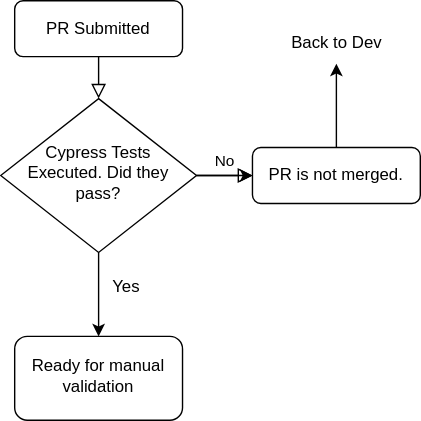
Before: public/assets/capoPR.svg, a diagram exported from draw.io (Capocaccia/carterCapo). Source tidied: cells renumbered, new cells last; positions are measured from the earlier drawing's top-left corner, leaving out a move shared by most shapes. The source it was exported from:
```xml
<mxGraphModel>
  <root>
    <mxCell id="0" />
    <mxCell id="1" parent="0" />
    <mxCell id="2" style="rounded=0;html=1;jettySize=auto;fontSize=11;endArrow=block;endFill=0;endSize=8;strokeWidth=1;shadow=0;labelBackgroundColor=none;edgeStyle=orthogonalEdgeStyle;" parent="1" edge="1" source="3" target="7">
      <mxGeometry relative="1" as="geometry" />
    </mxCell>
    <mxCell id="3" value="PR Submitted" style="rounded=1;whiteSpace=wrap;html=1;fontSize=12;glass=0;strokeWidth=1;shadow=0;" parent="1" vertex="1">
      <mxGeometry x="10" width="120" height="40" as="geometry" />
    </mxCell>
    <mxCell id="4" value="No" style="edgeStyle=orthogonalEdgeStyle;rounded=0;html=1;jettySize=auto;fontSize=11;endArrow=block;endFill=0;endSize=8;strokeWidth=1;shadow=0;labelBackgroundColor=none;" parent="1" edge="1" source="7" target="9">
      <mxGeometry y="10" relative="1" as="geometry" />
    </mxCell>
    <mxCell id="5" style="edgeStyle=orthogonalEdgeStyle;rounded=0;jettySize=auto;html=1;" parent="1" edge="1" source="7" target="9">
      <mxGeometry relative="1" as="geometry" />
    </mxCell>
    <mxCell id="6" style="edgeStyle=orthogonalEdgeStyle;rounded=0;jettySize=auto;html=1;" parent="1" edge="1" source="7" target="11">
      <mxGeometry relative="1" as="geometry" />
    </mxCell>
    <mxCell id="7" value="Cypress Tests Executed. Did they pass?" style="rhombus;whiteSpace=wrap;html=1;shadow=0;fontFamily=Helvetica;fontSize=12;align=center;strokeWidth=1;spacing=6;spacingTop=-4;" parent="1" vertex="1">
      <mxGeometry y="70" width="140" height="110" as="geometry" />
    </mxCell>
    <mxCell id="8" style="edgeStyle=orthogonalEdgeStyle;rounded=0;jettySize=auto;html=1;" parent="1" edge="1" source="9">
      <mxGeometry relative="1" as="geometry">
        <mxPoint x="240" y="45" as="targetPoint" />
      </mxGeometry>
    </mxCell>
    <mxCell id="9" value="PR is not merged." style="rounded=1;whiteSpace=wrap;html=1;fontSize=12;glass=0;strokeWidth=1;shadow=0;" parent="1" vertex="1">
      <mxGeometry x="180" y="105" width="120" height="40" as="geometry" />
    </mxCell>
    <mxCell id="10" value="Back to Dev" style="text;html=1;align=center;verticalAlign=middle;points=[];strokeColor=none;fillColor=none;" parent="1" vertex="1">
      <mxGeometry x="200" y="20" width="80" height="20" as="geometry" />
    </mxCell>
    <mxCell id="11" value="Ready for manual validation" style="rounded=1;whiteSpace=wrap;html=1;shadow=0;strokeWidth=1;spacing=6;spacingTop=-4;" parent="1" vertex="1">
      <mxGeometry x="10" y="240" width="120" height="60" as="geometry" />
    </mxCell>
    <mxCell id="12" value="Yes" style="text;html=1;strokeColor=none;fillColor=none;align=center;verticalAlign=middle;whiteSpace=wrap;rounded=0;" parent="1" vertex="1">
      <mxGeometry x="60" y="190" width="60" height="30" as="geometry" />
    </mxCell>
  </root>
</mxGraphModel>
```
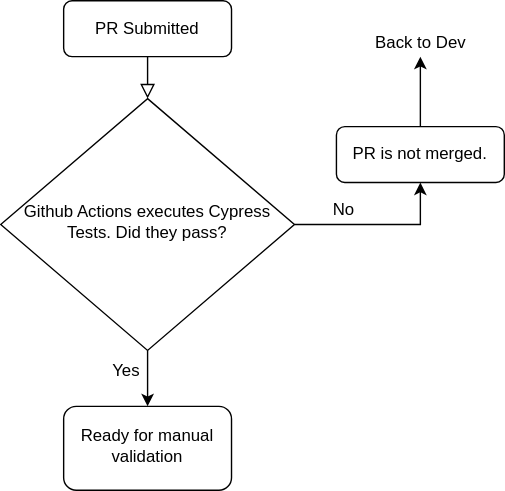
After the change.

Change to the diagram source:
```diff
@@ -6,36 +6,34 @@
       <mxGeometry relative="1" as="geometry" />
     </mxCell>
     <mxCell id="3" value="PR Submitted" style="rounded=1;whiteSpace=wrap;html=1;fontSize=12;glass=0;strokeWidth=1;shadow=0;" parent="1" vertex="1">
-      <mxGeometry x="10" width="120" height="40" as="geometry" />
+      <mxGeometry x="-5" width="120" height="40" as="geometry" />
     </mxCell>
-    <mxCell id="4" value="No" style="edgeStyle=orthogonalEdgeStyle;rounded=0;html=1;jettySize=auto;fontSize=11;endArrow=block;endFill=0;endSize=8;strokeWidth=1;shadow=0;labelBackgroundColor=none;" parent="1" edge="1" source="7" target="9">
-      <mxGeometry y="10" relative="1" as="geometry" />
-    </mxCell>
-    <mxCell id="5" style="edgeStyle=orthogonalEdgeStyle;rounded=0;jettySize=auto;html=1;" parent="1" edge="1" source="7" target="9">
+    <mxCell id="5" style="edgeStyle=orthogonalEdgeStyle;rounded=0;jettySize=auto;html=1;entryX=0.5;entryY=1;entryDx=0;entryDy=0;" parent="1" edge="1" source="7" target="9">
       <mxGeometry relative="1" as="geometry" />
     </mxCell>
     <mxCell id="6" style="edgeStyle=orthogonalEdgeStyle;rounded=0;jettySize=auto;html=1;" parent="1" edge="1" source="7" target="11">
       <mxGeometry relative="1" as="geometry" />
     </mxCell>
-    <mxCell id="7" value="Cypress Tests Executed. Did they pass?" style="rhombus;whiteSpace=wrap;html=1;shadow=0;fontFamily=Helvetica;fontSize=12;align=center;strokeWidth=1;spacing=6;spacingTop=-4;" parent="1" vertex="1">
-      <mxGeometry y="70" width="140" height="110" as="geometry" />
+    <mxCell id="7" value="Github Actions executes Cypress Tests. Did they pass?" style="rhombus;whiteSpace=wrap;html=1;shadow=0;fontFamily=Helvetica;fontSize=12;align=center;strokeWidth=1;spacing=6;spacingTop=-4;" parent="1" vertex="1">
+      <mxGeometry x="-50" y="70" width="210" height="180" as="geometry" />
     </mxCell>
-    <mxCell id="8" style="edgeStyle=orthogonalEdgeStyle;rounded=0;jettySize=auto;html=1;" parent="1" edge="1" source="9">
-      <mxGeometry relative="1" as="geometry">
-        <mxPoint x="240" y="45" as="targetPoint" />
-      </mxGeometry>
-    </mxCell>
+    <mxCell id="13" style="edgeStyle=orthogonalEdgeStyle;rounded=0;jettySize=auto;html=1;fontSize=12;" parent="1" edge="1" source="9" target="10">
+      <mxGeometry relative="1" as="geometry" />
+    </mxCell>
     <mxCell id="9" value="PR is not merged." style="rounded=1;whiteSpace=wrap;html=1;fontSize=12;glass=0;strokeWidth=1;shadow=0;" parent="1" vertex="1">
-      <mxGeometry x="180" y="105" width="120" height="40" as="geometry" />
+      <mxGeometry x="190" y="90" width="120" height="40" as="geometry" />
     </mxCell>
     <mxCell id="10" value="Back to Dev" style="text;html=1;align=center;verticalAlign=middle;points=[];strokeColor=none;fillColor=none;" parent="1" vertex="1">
-      <mxGeometry x="200" y="20" width="80" height="20" as="geometry" />
+      <mxGeometry x="210" y="20" width="80" height="20" as="geometry" />
     </mxCell>
     <mxCell id="11" value="Ready for manual validation" style="rounded=1;whiteSpace=wrap;html=1;shadow=0;strokeWidth=1;spacing=6;spacingTop=-4;" parent="1" vertex="1">
-      <mxGeometry x="10" y="240" width="120" height="60" as="geometry" />
+      <mxGeometry x="-5" y="290" width="120" height="60" as="geometry" />
     </mxCell>
     <mxCell id="12" value="Yes" style="text;html=1;strokeColor=none;fillColor=none;align=center;verticalAlign=middle;whiteSpace=wrap;rounded=0;" parent="1" vertex="1">
-      <mxGeometry x="60" y="190" width="60" height="30" as="geometry" />
+      <mxGeometry x="10" y="250" width="60" height="30" as="geometry" />
     </mxCell>
+    <mxCell id="4" value="No" style="text;html=1;align=center;verticalAlign=middle;strokeColor=none;fillColor=none;fontSize=12;" parent="1" vertex="1">
+      <mxGeometry x="180" y="140" width="30" height="20" as="geometry" />
+    </mxCell>
   </root>
 </mxGraphModel>
```
